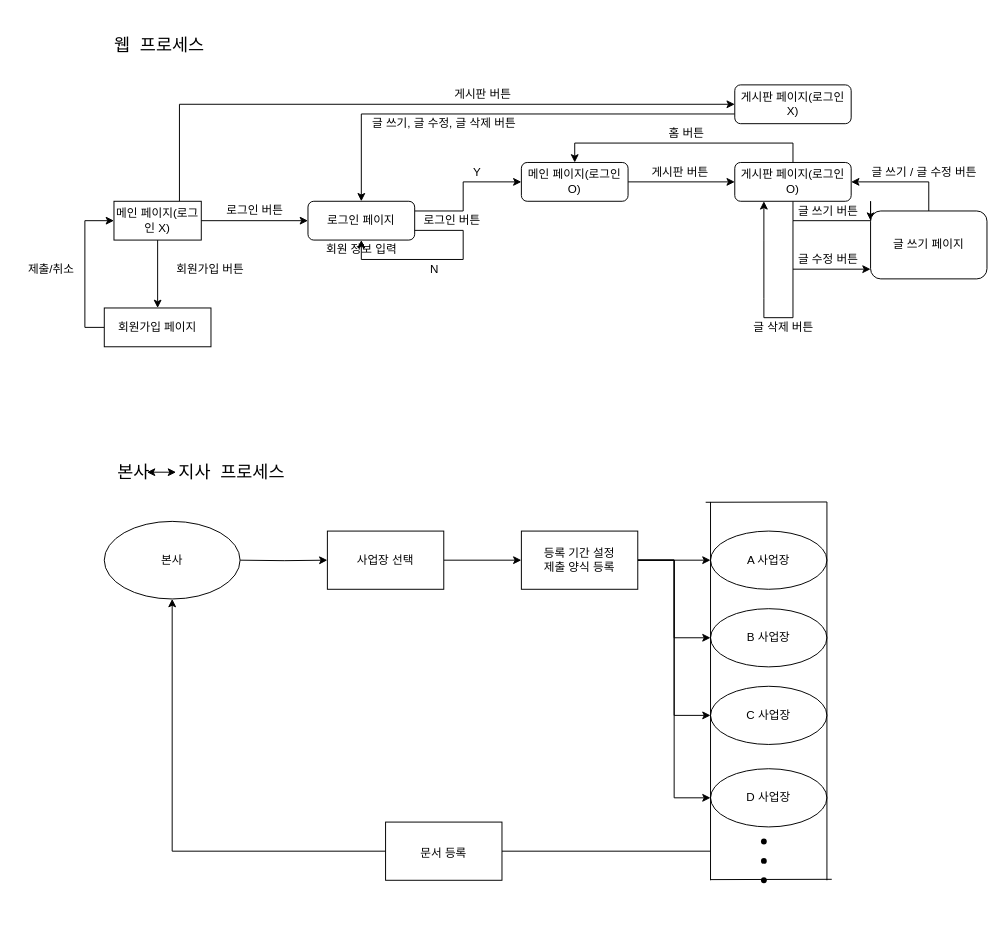
Developer-SeongBeomPark/Comento_making_board keeps this draw.io diagram as Untitled Diagram.drawio. Above is the earlier version. Source tidied: cells renumbered, new cells numbered last; positions are measured from the earlier drawing's top-left corner, leaving out a move shared by most shapes. Both pictures are drawn from the tidied source at 97%, with x=0, y=0 at pixel (16, 16).
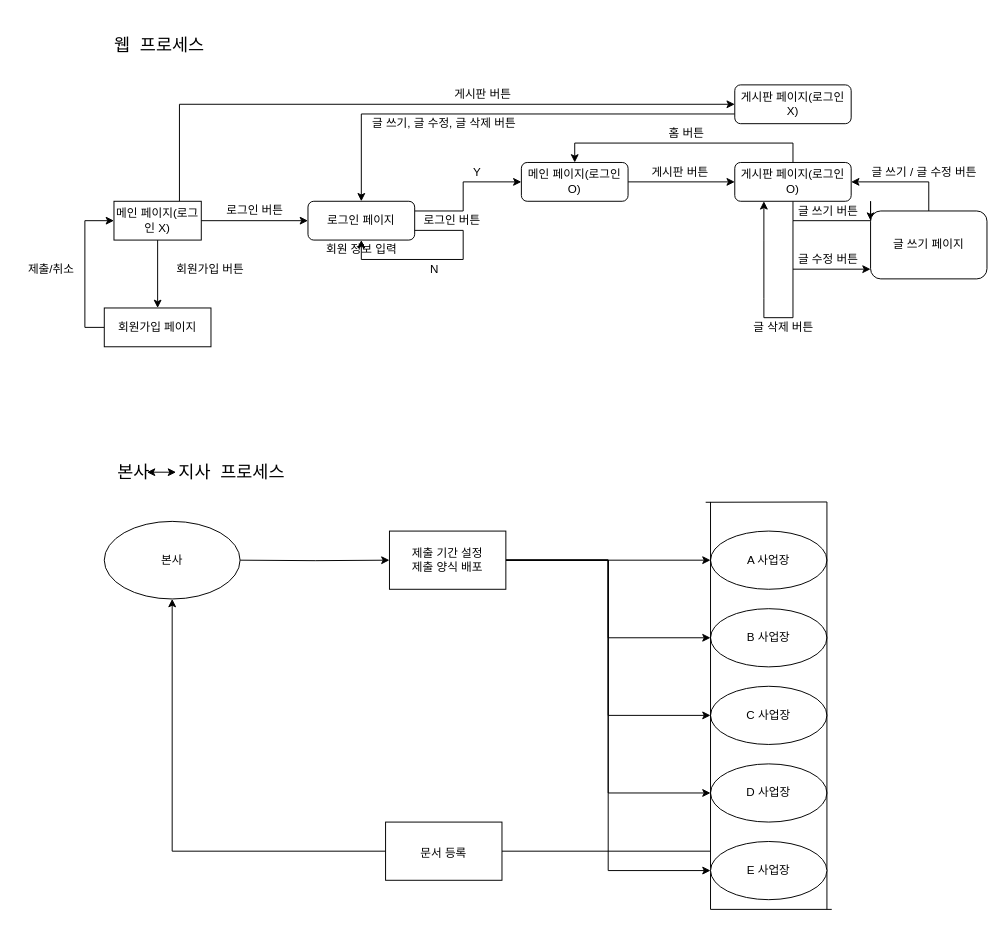
Above is the later version.

What changed in the source:
```diff
@@
-    <mxCell id="40" style="edgeStyle=orthogonalEdgeStyle;rounded=0;jettySize=auto;html=1;" parent="1" edge="1" target="42">
+    <mxCell id="40" style="edgeStyle=orthogonalEdgeStyle;rounded=0;jettySize=auto;html=1;entryX=0;entryY=0.5;entryDx=0;entryDy=0;" parent="1" edge="1" target="47">
       <mxGeometry relative="1" as="geometry">
         <mxPoint x="230" y="560" as="sourcePoint" />
       </mxGeometry>
     </mxCell>
-    <mxCell id="41" style="edgeStyle=orthogonalEdgeStyle;rounded=0;jettySize=auto;html=1;" parent="1" edge="1" source="42" target="47">
-      <mxGeometry relative="1" as="geometry" />
-    </mxCell>
-    <mxCell id="42" value="사업장 선택" style="whiteSpace=wrap;html=1;" parent="1" vertex="1">
-      <mxGeometry x="320" y="530" width="120" height="60" as="geometry" />
-    </mxCell>
@@
+    <mxCell id="65" style="edgeStyle=orthogonalEdgeStyle;rounded=0;jettySize=auto;html=1;entryX=0;entryY=0.5;entryDx=0;entryDy=0;" parent="1" edge="1" source="47" target="66">
+      <mxGeometry relative="1" as="geometry" />
+    </mxCell>
-    <mxCell id="47" value="등록 기간 설정&lt;br&gt;제출 양식 등록" style="whiteSpace=wrap;html=1;" parent="1" vertex="1">
-      <mxGeometry x="520" y="530" width="120" height="60" as="geometry" />
+    <mxCell id="47" value="제출 기간 설정&lt;br&gt;제출 양식 배포" style="whiteSpace=wrap;html=1;" parent="1" vertex="1">
+      <mxGeometry x="384" y="530" width="120" height="60" as="geometry" />
     </mxCell>
@@
     <mxCell id="52" value="D 사업장" style="ellipse;whiteSpace=wrap;html=1;" parent="1" vertex="1">
-      <mxGeometry x="715" y="775" width="120" height="60" as="geometry" />
+      <mxGeometry x="715" y="770" width="120" height="60" as="geometry" />
     </mxCell>
-    <mxCell id="53" style="shape=waypoint;sketch=0;size=6;fillColor=none;perimeter=centerPerimeter;" parent="1" vertex="1">
-      <mxGeometry x="750" y="830" width="40" height="40" as="geometry" />
-    </mxCell>
-    <mxCell id="54" style="shape=waypoint;sketch=0;size=6;fillColor=none;perimeter=centerPerimeter;" parent="1" vertex="1">
-      <mxGeometry x="750" y="850" width="40" height="40" as="geometry" />
-    </mxCell>
-    <mxCell id="55" style="shape=waypoint;sketch=0;size=6;fillColor=none;perimeter=centerPerimeter;" parent="1" vertex="1">
-      <mxGeometry x="750" y="870" width="40" height="40" as="geometry" />
-    </mxCell>
@@
     <mxCell id="58" style="endArrow=none;html=1;rounded=0;fontSize=18;" parent="1" edge="1">
       <mxGeometry relative="1" as="geometry">
-        <mxPoint x="715" y="890" as="sourcePoint" />
+        <mxPoint x="715" y="920" as="sourcePoint" />
         <mxPoint x="715" y="500" as="targetPoint" />
       </mxGeometry>
     </mxCell>
     <mxCell id="59" style="endArrow=none;html=1;rounded=0;fontSize=18;" parent="1" edge="1">
       <mxGeometry relative="1" as="geometry">
-        <mxPoint x="835" y="890" as="sourcePoint" />
+        <mxPoint x="835" y="920" as="sourcePoint" />
         <mxPoint x="835" y="500" as="targetPoint" />
       </mxGeometry>
     </mxCell>
-    <mxCell id="60" style="endArrow=none;html=1;rounded=0;fontSize=18;" parent="1" edge="1">
-      <mxGeometry relative="1" as="geometry">
-        <mxPoint x="715" y="889.3" as="sourcePoint" />
-        <mxPoint x="840" y="889" as="targetPoint" />
-      </mxGeometry>
-    </mxCell>
@@
+    <mxCell id="66" value="E 사업장" style="ellipse;whiteSpace=wrap;html=1;" parent="1" vertex="1">
+      <mxGeometry x="715" y="850" width="120" height="60" as="geometry" />
+    </mxCell>
+    <mxCell id="67" style="endArrow=none;html=1;rounded=0;" parent="1" edge="1">
+      <mxGeometry relative="1" as="geometry">
+        <mxPoint x="715" y="920" as="sourcePoint" />
+        <mxPoint x="840" y="920" as="targetPoint" />
+      </mxGeometry>
+    </mxCell>
```
